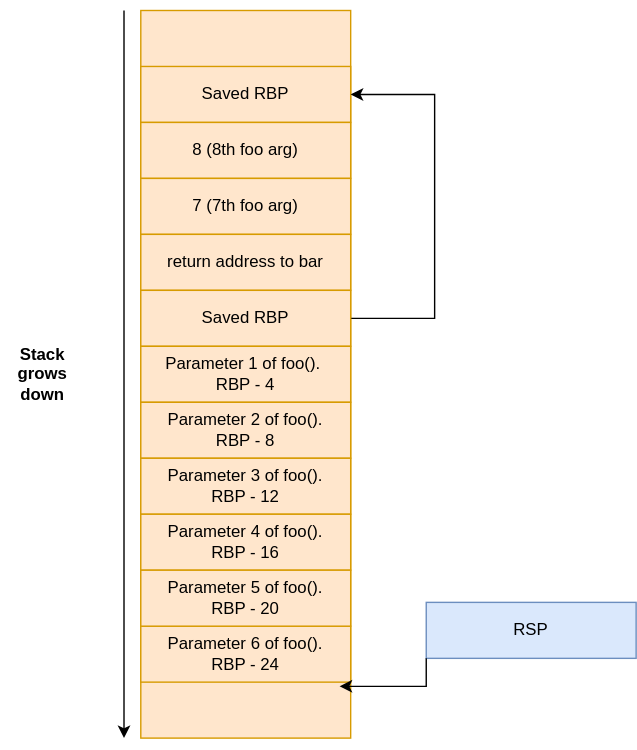
The draw.io diagram content/assets/stack.svg in 0xAX/asm, before a commit. Source tidied: cells renumbered, new cells last; positions are measured from the earlier drawing's top-left corner, leaving out a move shared by most shapes.
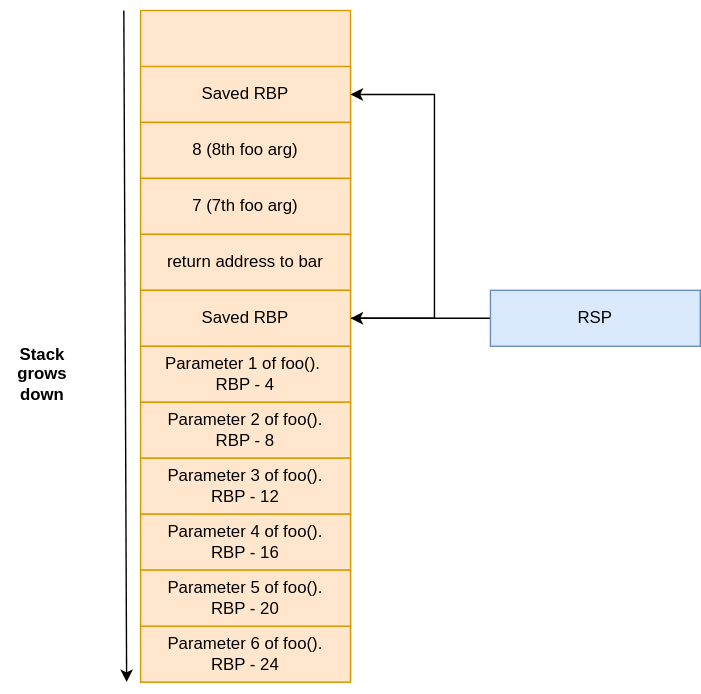
The same diagram one commit later.

Commit message:
asm-2: improvements of the stack frame description

The edit, as a diff of the source:
```diff
@@ -3,7 +3,7 @@
     <mxCell id="0" />
     <mxCell id="1" parent="0" />
     <mxCell id="2" style="rounded=0;whiteSpace=wrap;html=1;fillColor=#ffe6cc;strokeColor=#d79b00;" parent="1" vertex="1">
-      <mxGeometry x="100" width="150" height="520" as="geometry" />
+      <mxGeometry x="100" width="150" height="480" as="geometry" />
     </mxCell>
     <mxCell id="3" value="Saved RBP" style="rounded=0;whiteSpace=wrap;html=1;fillColor=#ffe6cc;strokeColor=#d79b00;" parent="1" vertex="1">
       <mxGeometry x="100" y="40" width="150" height="40" as="geometry" />
@@ -46,20 +46,20 @@
     <mxCell id="14" value="&lt;div&gt;Parameter 5 of foo(). &lt;br&gt;&lt;/div&gt;&lt;div&gt;RBP - 20&lt;/div&gt;" style="rounded=0;whiteSpace=wrap;html=1;fillColor=#ffe6cc;strokeColor=#d79b00;" parent="1" vertex="1">
       <mxGeometry x="100" y="400" width="150" height="40" as="geometry" />
     </mxCell>
+    <mxCell id="19" style="edgeStyle=orthogonalEdgeStyle;rounded=0;jettySize=auto;html=1;entryX=1;entryY=0.5;entryDx=0;entryDy=0;" parent="1" edge="1" source="15" target="8">
+      <mxGeometry relative="1" as="geometry" />
+    </mxCell>
     <mxCell id="15" value="RSP" style="rounded=0;whiteSpace=wrap;html=1;fillColor=#dae8fc;strokeColor=#6c8ebf;" parent="1" vertex="1">
-      <mxGeometry x="304" y="423" width="150" height="40" as="geometry" />
+      <mxGeometry x="350" y="200" width="150" height="40" as="geometry" />
     </mxCell>
     <mxCell id="16" style="endArrow=classic;html=1;rounded=0;" parent="1" edge="1">
       <mxGeometry relative="1" as="geometry">
         <mxPoint x="88" as="sourcePoint" />
-        <mxPoint x="88" y="520" as="targetPoint" />
+        <mxPoint x="90" y="480" as="targetPoint" />
       </mxGeometry>
     </mxCell>
     <mxCell id="17" value="&lt;b&gt;Stack grows down&lt;/b&gt;" style="text;html=1;align=center;verticalAlign=middle;whiteSpace=wrap;rounded=0;" parent="1" vertex="1">
       <mxGeometry y="245" width="60" height="30" as="geometry" />
     </mxCell>
-    <mxCell id="18" style="edgeStyle=orthogonalEdgeStyle;rounded=0;jettySize=auto;html=1;exitX=0;exitY=1;exitDx=0;exitDy=0;entryX=0.947;entryY=1.075;entryDx=0;entryDy=0;entryPerimeter=0;" parent="1" edge="1" source="15" target="11">
-      <mxGeometry relative="1" as="geometry" />
-    </mxCell>
   </root>
 </mxGraphModel>
```
